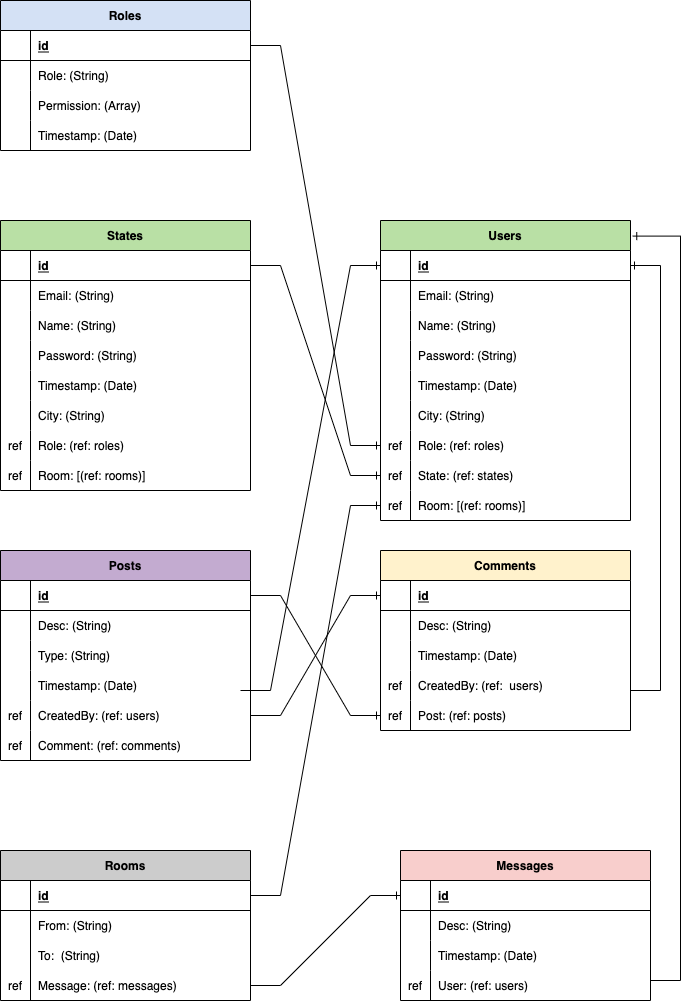
Before: ERD_server.drawio.png, a diagram exported from draw.io (MP-Project-Ghadier/server). Source tidied: cells renumbered, new cells last; positions are measured from the earlier drawing's top-left corner, leaving out a move shared by most shapes.
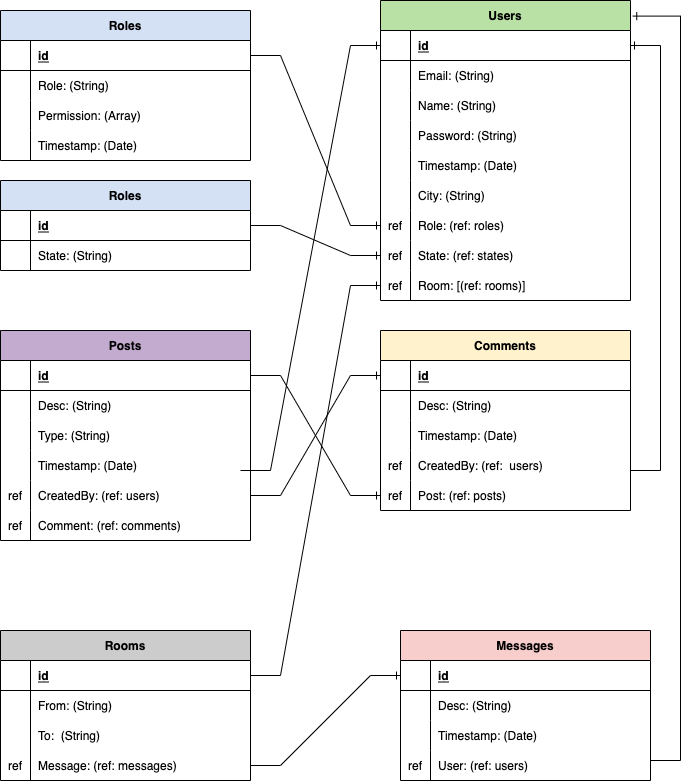
The same file after the commit.

What changed in the source:
```diff
@@ -174,7 +174,7 @@
       <mxGeometry x="30" width="220" height="30" as="geometry" />
     </mxCell>
     <mxCell id="59" value="Roles" style="shape=table;startSize=30;rowLines=0;fontStyle=1;align=center;fillColor=#D4E1F5;" parent="1" vertex="1">
-      <mxGeometry width="250" height="150" as="geometry" />
+      <mxGeometry y="230" width="250" height="150" as="geometry" />
     </mxCell>
     <mxCell id="60" style="shape=partialRectangle;fillColor=none;points=[[0,0.5],[1,0.5]];portConstraint=eastwest;top=0;left=0;right=0;bottom=1;" parent="59" vertex="1">
       <mxGeometry y="30" width="250" height="30" as="geometry" />
@@ -436,10 +436,13 @@
     <mxCell id="142" value="ref" style="shape=partialRectangle;overflow=hidden;fillColor=none;top=0;left=0;bottom=0;right=0;" parent="1" vertex="1">
       <mxGeometry y="730" width="30" height="30" as="geometry" />
     </mxCell>
-    <mxCell id="143" value="States" style="shape=table;startSize=30;rowLines=0;fontStyle=1;align=center;fillColor=#B9E0A5;" parent="1" vertex="1">
-      <mxGeometry y="220" width="250" height="270" as="geometry" />
-    </mxCell>
+    <mxCell id="168" style="edgeStyle=entityRelationEdgeStyle;fontSize=12;html=1;endArrow=ERone;endFill=1;rounded=0;exitX=1;exitY=0.5;exitDx=0;exitDy=0;entryX=0;entryY=0.5;entryDx=0;entryDy=0;" parent="1" edge="1" source="144" target="24">
+      <mxGeometry relative="1" as="geometry" />
+    </mxCell>
+    <mxCell id="169" value="Roles" style="shape=table;startSize=30;rowLines=0;fontStyle=1;align=center;fillColor=#D4E1F5;" parent="1" vertex="1">
+      <mxGeometry y="400" width="250" height="90" as="geometry" />
+    </mxCell>
-    <mxCell id="144" style="shape=partialRectangle;fillColor=none;points=[[0,0.5],[1,0.5]];portConstraint=eastwest;top=0;left=0;right=0;bottom=1;" parent="143" vertex="1">
+    <mxCell id="144" style="shape=partialRectangle;fillColor=none;points=[[0,0.5],[1,0.5]];portConstraint=eastwest;top=0;left=0;right=0;bottom=1;" parent="169" vertex="1">
       <mxGeometry y="30" width="250" height="30" as="geometry" />
     </mxCell>
     <mxCell id="145" style="shape=partialRectangle;overflow=hidden;fillColor=none;top=0;left=0;bottom=0;right=0;fontStyle=1;" parent="144" vertex="1">
@@ -448,71 +451,14 @@
     <mxCell id="146" value="id" style="shape=partialRectangle;overflow=hidden;fillColor=none;top=0;left=0;bottom=0;right=0;align=left;spacingLeft=6;fontStyle=5;" parent="144" vertex="1">
       <mxGeometry x="30" width="220" height="30" as="geometry" />
     </mxCell>
-    <mxCell id="147" style="shape=partialRectangle;fillColor=none;top=0;left=0;right=0;bottom=0;" parent="143" vertex="1">
+    <mxCell id="147" style="shape=partialRectangle;fillColor=none;top=0;left=0;right=0;bottom=0;" parent="169" vertex="1">
       <mxGeometry y="60" width="250" height="30" as="geometry" />
     </mxCell>
-    <mxCell id="148" style="shape=partialRectangle;overflow=hidden;fillColor=none;top=0;left=0;bottom=0;right=0;" parent="147" vertex="1">
-      <mxGeometry width="30" height="30" as="geometry" />
-    </mxCell>
-    <mxCell id="149" value="Email: (String)" style="shape=partialRectangle;overflow=hidden;fillColor=none;top=0;left=0;bottom=0;right=0;align=left;spacingLeft=6;" parent="147" vertex="1">
-      <mxGeometry x="30" width="220" height="30" as="geometry" />
-    </mxCell>
-    <mxCell id="150" style="shape=partialRectangle;fillColor=none;top=0;left=0;right=0;bottom=0;" parent="143" vertex="1">
-      <mxGeometry y="90" width="250" height="30" as="geometry" />
-    </mxCell>
-    <mxCell id="151" style="shape=partialRectangle;overflow=hidden;fillColor=none;top=0;left=0;bottom=0;right=0;" parent="150" vertex="1">
-      <mxGeometry width="30" height="30" as="geometry" />
-    </mxCell>
-    <mxCell id="152" value="Name: (String)" style="shape=partialRectangle;overflow=hidden;fillColor=none;top=0;left=0;bottom=0;right=0;align=left;spacingLeft=6;" parent="150" vertex="1">
-      <mxGeometry x="30" width="220" height="30" as="geometry" />
-    </mxCell>
-    <mxCell id="153" style="shape=partialRectangle;fillColor=none;top=0;left=0;right=0;bottom=0;" parent="143" vertex="1">
-      <mxGeometry y="120" width="250" height="30" as="geometry" />
-    </mxCell>
-    <mxCell id="154" style="shape=partialRectangle;overflow=hidden;fillColor=none;top=0;left=0;bottom=0;right=0;" parent="153" vertex="1">
-      <mxGeometry width="30" height="30" as="geometry" />
-    </mxCell>
-    <mxCell id="155" value="Password: (String)" style="shape=partialRectangle;overflow=hidden;fillColor=none;top=0;left=0;bottom=0;right=0;align=left;spacingLeft=6;" parent="153" vertex="1">
-      <mxGeometry x="30" width="220" height="30" as="geometry" />
-    </mxCell>
-    <mxCell id="156" style="shape=partialRectangle;fillColor=none;top=0;left=0;right=0;bottom=0;" parent="143" vertex="1">
-      <mxGeometry y="150" width="250" height="30" as="geometry" />
-    </mxCell>
-    <mxCell id="157" style="shape=partialRectangle;overflow=hidden;fillColor=none;top=0;left=0;bottom=0;right=0;" parent="156" vertex="1">
-      <mxGeometry width="30" height="30" as="geometry" />
-    </mxCell>
-    <mxCell id="158" value="Timestamp: (Date)" style="shape=partialRectangle;overflow=hidden;fillColor=none;top=0;left=0;bottom=0;right=0;align=left;spacingLeft=6;" parent="156" vertex="1">
-      <mxGeometry x="30" width="220" height="30" as="geometry" />
-    </mxCell>
-    <mxCell id="159" style="shape=partialRectangle;fillColor=none;top=0;left=0;right=0;bottom=0;" parent="143" vertex="1">
-      <mxGeometry y="180" width="250" height="30" as="geometry" />
-    </mxCell>
-    <mxCell id="160" style="shape=partialRectangle;overflow=hidden;fillColor=none;top=0;left=0;bottom=0;right=0;" parent="159" vertex="1">
-      <mxGeometry width="30" height="30" as="geometry" />
-    </mxCell>
-    <mxCell id="161" value="City: (String)" style="shape=partialRectangle;overflow=hidden;fillColor=none;top=0;left=0;bottom=0;right=0;align=left;spacingLeft=6;" parent="159" vertex="1">
-      <mxGeometry x="30" width="220" height="30" as="geometry" />
-    </mxCell>
-    <mxCell id="162" style="shape=partialRectangle;fillColor=none;top=0;left=0;right=0;bottom=0;" parent="143" vertex="1">
-      <mxGeometry y="210" width="250" height="30" as="geometry" />
-    </mxCell>
-    <mxCell id="163" value="ref" style="shape=partialRectangle;overflow=hidden;fillColor=none;top=0;left=0;bottom=0;right=0;" parent="162" vertex="1">
-      <mxGeometry width="30" height="30" as="geometry" />
-    </mxCell>
-    <mxCell id="164" value="Role: (ref: roles)" style="shape=partialRectangle;overflow=hidden;fillColor=none;top=0;left=0;bottom=0;right=0;align=left;spacingLeft=6;" parent="162" vertex="1">
-      <mxGeometry x="30" width="220" height="30" as="geometry" />
-    </mxCell>
-    <mxCell id="165" style="shape=partialRectangle;fillColor=none;top=0;left=0;right=0;bottom=0;" parent="143" vertex="1">
-      <mxGeometry y="240" width="250" height="30" as="geometry" />
-    </mxCell>
-    <mxCell id="166" value="ref" style="shape=partialRectangle;overflow=hidden;fillColor=none;top=0;left=0;bottom=0;right=0;" parent="165" vertex="1">
-      <mxGeometry width="30" height="30" as="geometry" />
-    </mxCell>
-    <mxCell id="167" value="Room: [(ref: rooms)]" style="shape=partialRectangle;overflow=hidden;fillColor=none;top=0;left=0;bottom=0;right=0;align=left;spacingLeft=6;" parent="165" vertex="1">
-      <mxGeometry x="30" width="220" height="30" as="geometry" />
-    </mxCell>
-    <mxCell id="168" style="edgeStyle=entityRelationEdgeStyle;fontSize=12;html=1;endArrow=ERone;endFill=1;rounded=0;exitX=1;exitY=0.5;exitDx=0;exitDy=0;entryX=0;entryY=0.5;entryDx=0;entryDy=0;" parent="1" edge="1" source="144" target="24">
-      <mxGeometry relative="1" as="geometry" />
-    </mxCell>
+    <mxCell id="170" style="shape=partialRectangle;overflow=hidden;fillColor=none;top=0;left=0;bottom=0;right=0;" parent="147" vertex="1">
+      <mxGeometry width="30" height="30" as="geometry" />
+    </mxCell>
+    <mxCell id="171" value="State: (String)" style="shape=partialRectangle;overflow=hidden;fillColor=none;top=0;left=0;bottom=0;right=0;align=left;spacingLeft=6;" parent="147" vertex="1">
+      <mxGeometry x="30" width="220" height="30" as="geometry" />
+    </mxCell>
   </root>
 </mxGraphModel>
```
